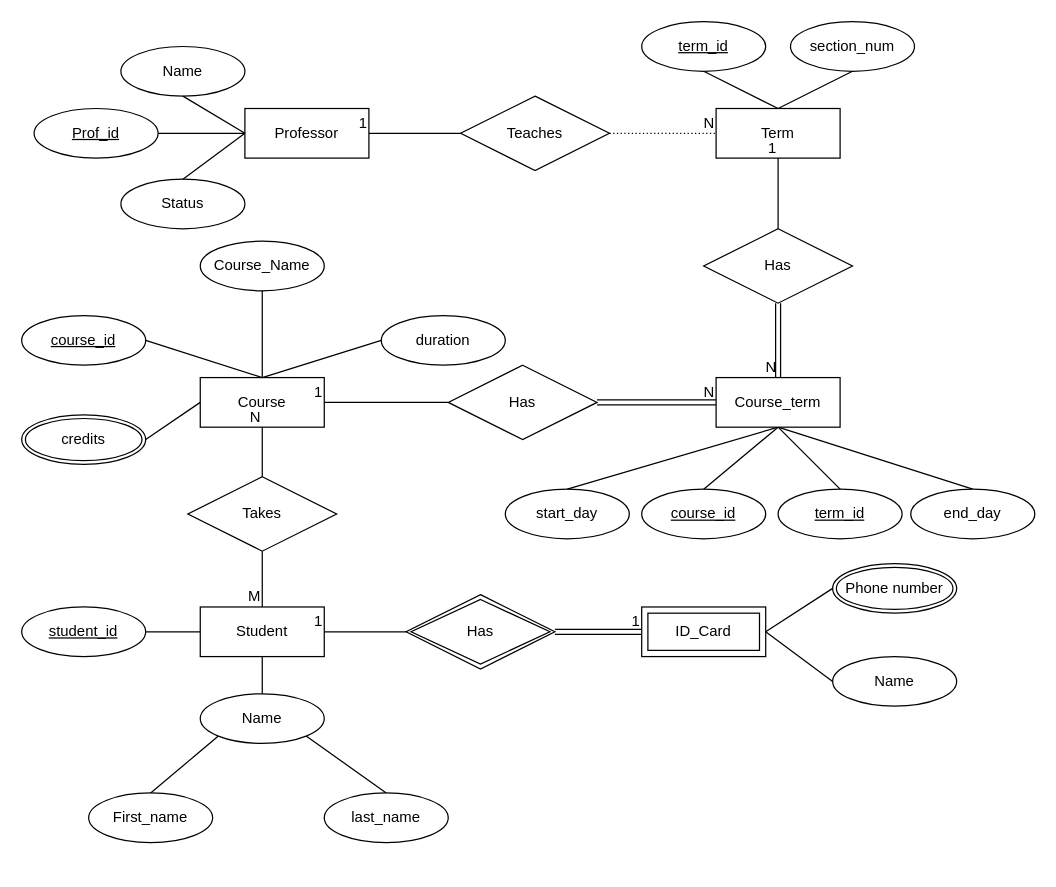
Az1mzhan/DBMS keeps this draw.io diagram as PracticeW1L2T2.drawio. Above is the earlier version. Source tidied: cells renumbered, new cells numbered last; positions are measured from the earlier drawing's top-left corner, leaving out a move shared by most shapes. Both pictures are drawn from the tidied source at 124%, with x=0, y=0 at pixel (21, 21).
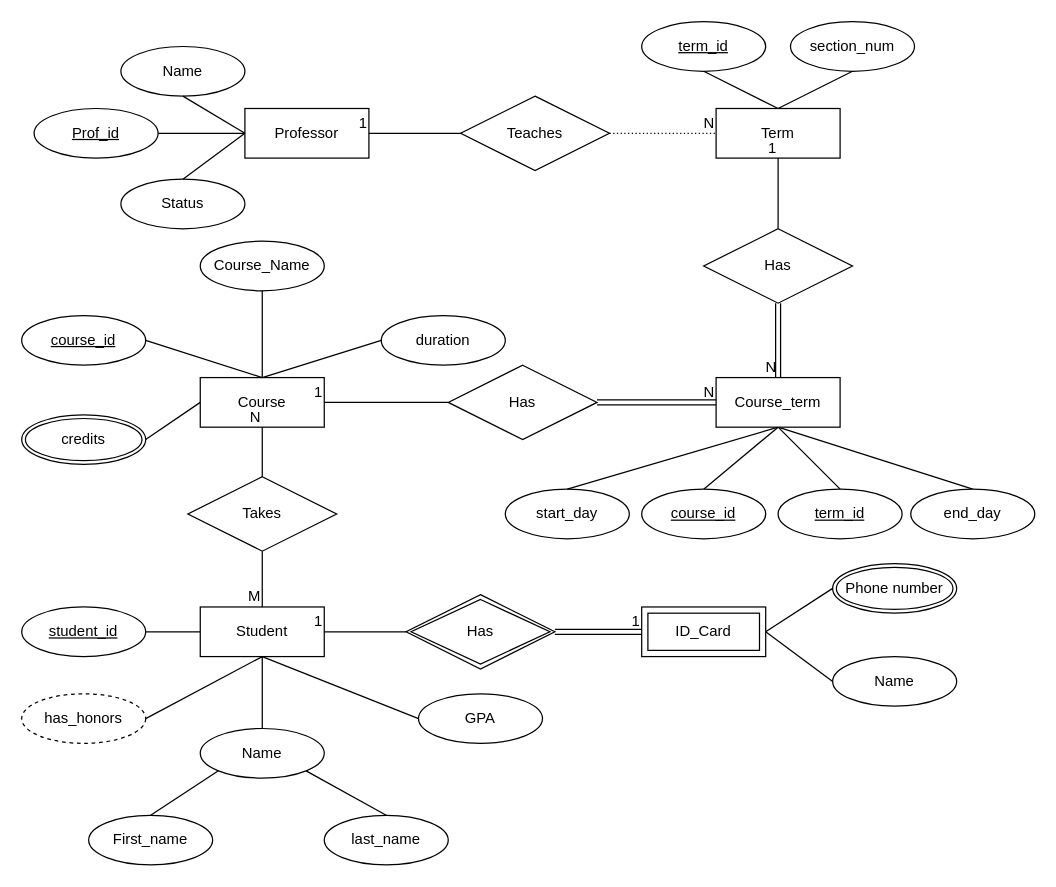
Above is the later version.

Unchanged cells that the change refers to:
```xml
<mxCell id="2" value="Student" style="whiteSpace=wrap;html=1;align=center;" parent="1" vertex="1">
  <mxGeometry x="144" y="472" width="100" height="40" as="geometry" />
</mxCell>
```

Change to the diagram source:
```diff
@@
-    <mxCell id="5" style="endArrow=none;html=1;rounded=0;entryX=0.5;entryY=0;entryDx=0;entryDy=0;exitX=0.5;exitY=1;exitDx=0;exitDy=0;" parent="1" edge="1" source="2">
-      <mxGeometry relative="1" as="geometry">
-        <mxPoint x="194" y="542" as="targetPoint" />
-      </mxGeometry>
-    </mxCell>
     <mxCell id="6" value="last_name" style="ellipse;whiteSpace=wrap;html=1;align=center;" parent="1" vertex="1">
-      <mxGeometry x="244" y="622" width="100" height="40" as="geometry" />
+      <mxGeometry x="244" y="640" width="100" height="40" as="geometry" />
     </mxCell>
     <mxCell id="7" value="First_name" style="ellipse;whiteSpace=wrap;html=1;align=center;" parent="1" vertex="1">
-      <mxGeometry x="54" y="622" width="100" height="40" as="geometry" />
+      <mxGeometry x="54" y="640" width="100" height="40" as="geometry" />
     </mxCell>
-    <mxCell id="8" style="endArrow=none;html=1;rounded=0;entryX=0;entryY=1;entryDx=0;entryDy=0;exitX=0.5;exitY=0;exitDx=0;exitDy=0;" parent="1" edge="1" source="7">
-      <mxGeometry relative="1" as="geometry">
-        <mxPoint x="158.6" y="576.1" as="targetPoint" />
-      </mxGeometry>
+    <mxCell id="8" style="endArrow=none;html=1;rounded=0;entryX=0;entryY=1;entryDx=0;entryDy=0;exitX=0.5;exitY=0;exitDx=0;exitDy=0;" parent="1" edge="1" source="7" target="10">
+      <mxGeometry relative="1" as="geometry" />
     </mxCell>
-    <mxCell id="9" style="endArrow=none;html=1;rounded=0;entryX=0.5;entryY=0;entryDx=0;entryDy=0;exitX=1;exitY=1;exitDx=0;exitDy=0;" parent="1" edge="1" target="6">
-      <mxGeometry relative="1" as="geometry">
-        <mxPoint x="229.4" y="576.1" as="sourcePoint" />
-      </mxGeometry>
+    <mxCell id="9" style="endArrow=none;html=1;rounded=0;entryX=0.5;entryY=0;entryDx=0;entryDy=0;exitX=1;exitY=1;exitDx=0;exitDy=0;" parent="1" edge="1" source="10" target="6">
+      <mxGeometry relative="1" as="geometry" />
     </mxCell>
     <mxCell id="10" value="Name" style="ellipse;whiteSpace=wrap;html=1;align=center;" parent="1" vertex="1">
-      <mxGeometry x="144" y="542" width="100" height="40" as="geometry" />
+      <mxGeometry x="144" y="570" width="100" height="40" as="geometry" />
     </mxCell>
@@
+    <mxCell id="71" value="GPA" style="ellipse;whiteSpace=wrap;html=1;align=center;" parent="1" vertex="1">
+      <mxGeometry x="320" y="542" width="100" height="40" as="geometry" />
+    </mxCell>
+    <mxCell id="72" style="endArrow=none;html=1;rounded=0;entryX=0;entryY=0.5;entryDx=0;entryDy=0;exitX=0.5;exitY=1;exitDx=0;exitDy=0;" parent="1" edge="1" source="2" target="71">
+      <mxGeometry relative="1" as="geometry" />
+    </mxCell>
+    <mxCell id="73" value="has_honors" style="ellipse;whiteSpace=wrap;html=1;align=center;dashed=1;" parent="1" vertex="1">
+      <mxGeometry y="542" width="100" height="40" as="geometry" />
+    </mxCell>
+    <mxCell id="74" style="endArrow=none;html=1;rounded=0;entryX=0.5;entryY=1;entryDx=0;entryDy=0;exitX=1;exitY=0.5;exitDx=0;exitDy=0;" parent="1" edge="1" source="73" target="2">
+      <mxGeometry relative="1" as="geometry" />
+    </mxCell>
+    <mxCell id="75" style="endArrow=none;html=1;rounded=0;entryX=0.5;entryY=1;entryDx=0;entryDy=0;exitX=0.5;exitY=0;exitDx=0;exitDy=0;" parent="1" edge="1" source="10" target="2">
+      <mxGeometry relative="1" as="geometry" />
+    </mxCell>
```
